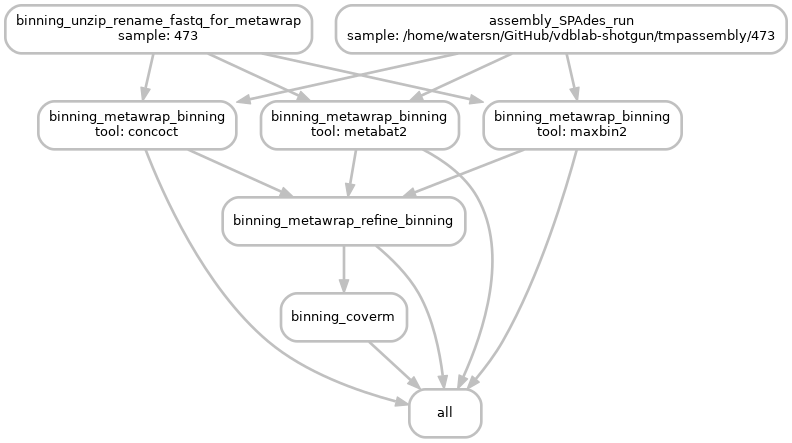
Before: images/binning_dag.png, a diagram exported from Graphviz (vdblab/vdblab-shotgun). Its source is kept beside it as images/binning_dag.dot.
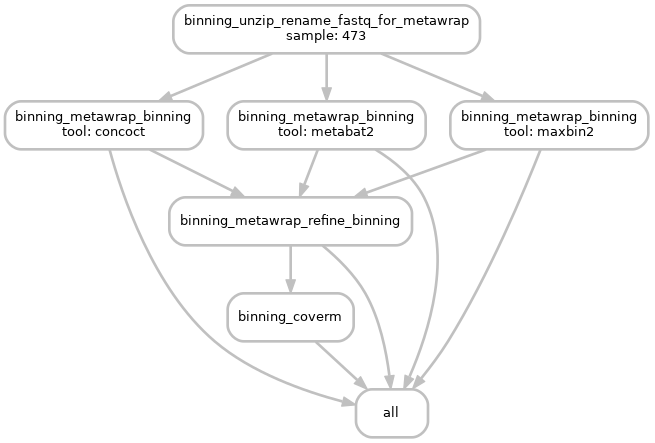
The same file after the commit.

Diff of the diagram source:
```diff
@@ -5,24 +5,20 @@
 	0[label = "all", color = "grey", style="rounded"];
 	1[label = "binning_metawrap_binning\ntool: concoct", color = "grey", style="rounded"];
 	2[label = "binning_unzip_rename_fastq_for_metawrap\nsample: 473", color = "grey", style="rounded"];
-	3[label = "assembly_SPAdes_run\nsample: /home/watersn/GitHub/vdblab-shotgun/tmpassembly/473", color = "grey", style="rounded"];
-	4[label = "binning_metawrap_binning\ntool: metabat2", color = "grey", style="rounded"];
-	5[label = "binning_metawrap_binning\ntool: maxbin2", color = "grey", style="rounded"];
-	6[label = "binning_metawrap_refine_binning", color = "grey", style="rounded"];
-	7[label = "binning_coverm", color = "grey", style="rounded"];
+	3[label = "binning_metawrap_binning\ntool: metabat2", color = "grey", style="rounded"];
+	4[label = "binning_metawrap_binning\ntool: maxbin2", color = "grey", style="rounded"];
+	5[label = "binning_metawrap_refine_binning", color = "grey", style="rounded"];
+	6[label = "binning_coverm", color = "grey", style="rounded"];
 	1 -> 0
+	3 -> 0
 	4 -> 0
 	5 -> 0
 	6 -> 0
-	7 -> 0
 	2 -> 1
-	3 -> 1
+	2 -> 3
 	2 -> 4
-	3 -> 4
-	2 -> 5
+	1 -> 5
 	3 -> 5
-	1 -> 6
-	4 -> 6
+	4 -> 5
 	5 -> 6
-	6 -> 7
 }
```
